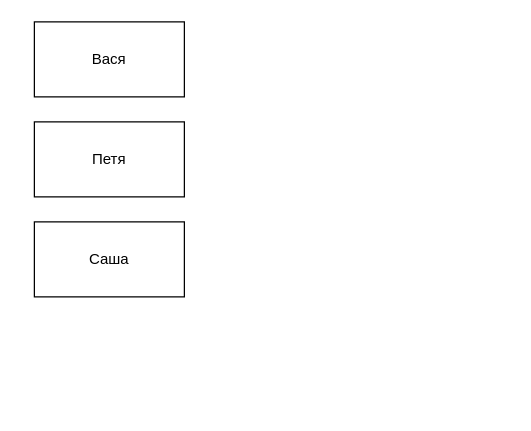
This is Untitled Diagram.drawio from nikprog1/nikprog1.github.io, a draw.io file, before an edit. Source tidied: cells renumbered, new cells numbered last; positions are measured from the earlier drawing's top-left corner, leaving out a move shared by most shapes. Both pictures are drawn from the tidied source at 125%, with x=0, y=0 at pixel (34, 21).
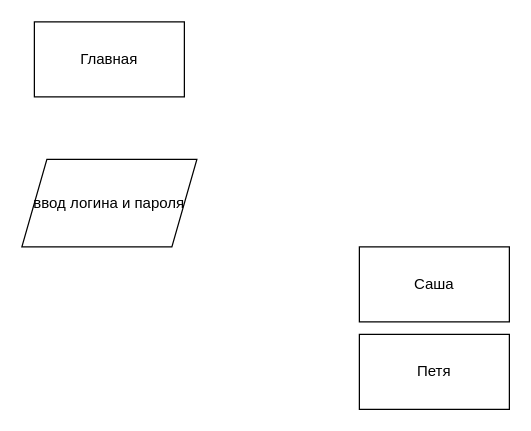
The same page after the edit.

Change to the diagram source:
```diff
@@
 <mxGraphModel>
   <root>
     <mxCell id="0" />
     <mxCell id="1" parent="0" />
-    <mxCell id="2" value="Вася" style="rounded=0;whiteSpace=wrap;html=1;" parent="1" vertex="1">
+    <mxCell id="2" value="Главная" style="rounded=0;whiteSpace=wrap;html=1;" parent="1" vertex="1">
       <mxGeometry width="120" height="60" as="geometry" />
     </mxCell>
     <mxCell id="3" value="Петя" style="rounded=0;whiteSpace=wrap;html=1;" parent="1" vertex="1">
-      <mxGeometry y="80" width="120" height="60" as="geometry" />
+      <mxGeometry x="260" y="250" width="120" height="60" as="geometry" />
     </mxCell>
     <mxCell id="4" value="Саша" style="rounded=0;whiteSpace=wrap;html=1;" parent="1" vertex="1">
-      <mxGeometry y="160" width="120" height="60" as="geometry" />
+      <mxGeometry x="260" y="180" width="120" height="60" as="geometry" />
     </mxCell>
+    <mxCell id="5" value="ввод логина и пароля" style="shape=parallelogram;perimeter=parallelogramPerimeter;whiteSpace=wrap;html=1;fixedSize=1;" parent="1" vertex="1">
+      <mxGeometry x="-10" y="110" width="140" height="70" as="geometry" />
+    </mxCell>
   </root>
 </mxGraphModel>
```
